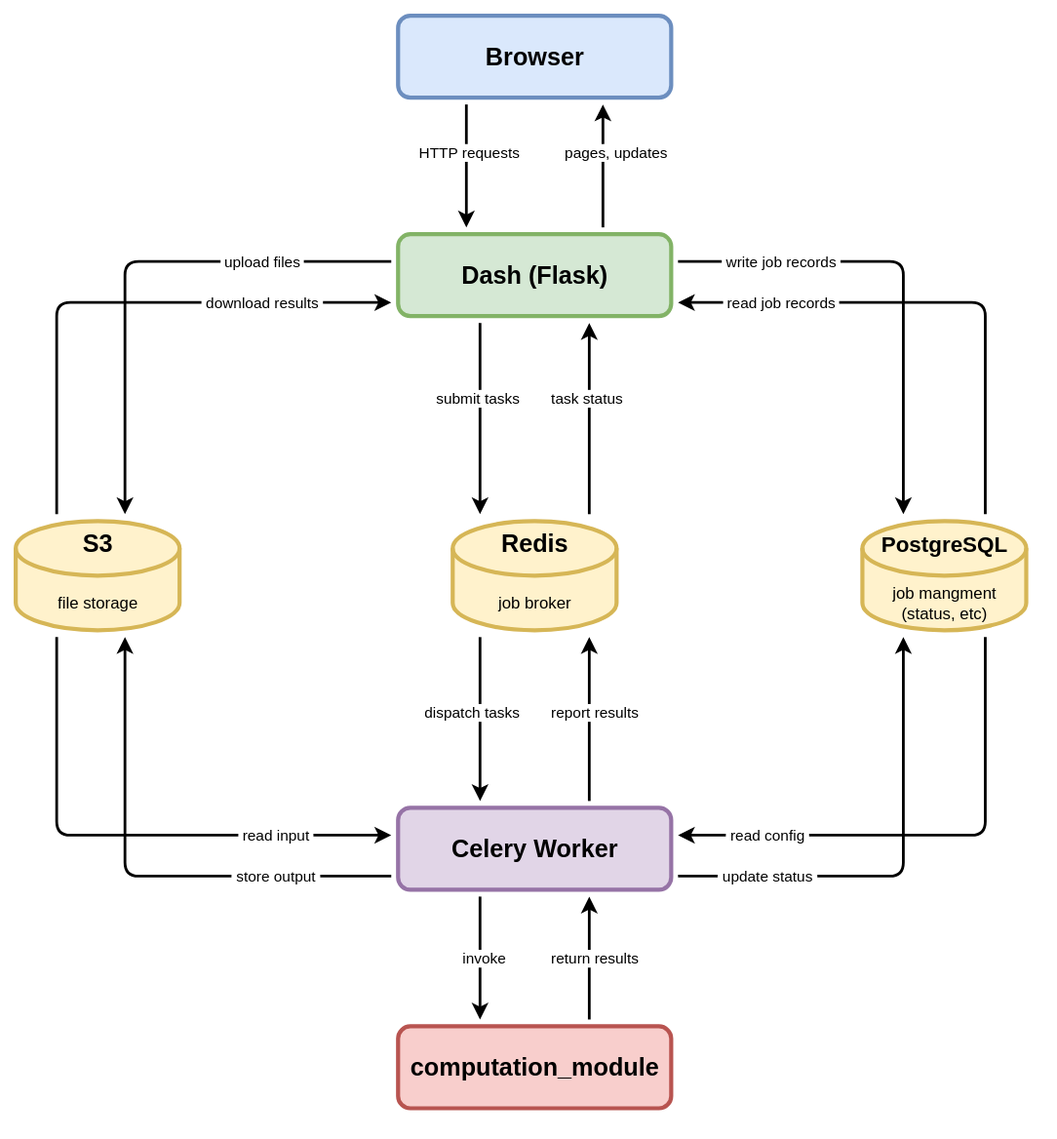
Before: docs/diagrams/architecture.svg, a diagram exported from draw.io (Helmholtz-UFZ/CosmoSuite). Source tidied: cells renumbered, new cells last; positions are measured from the earlier drawing's top-left corner, leaving out a move shared by most shapes.
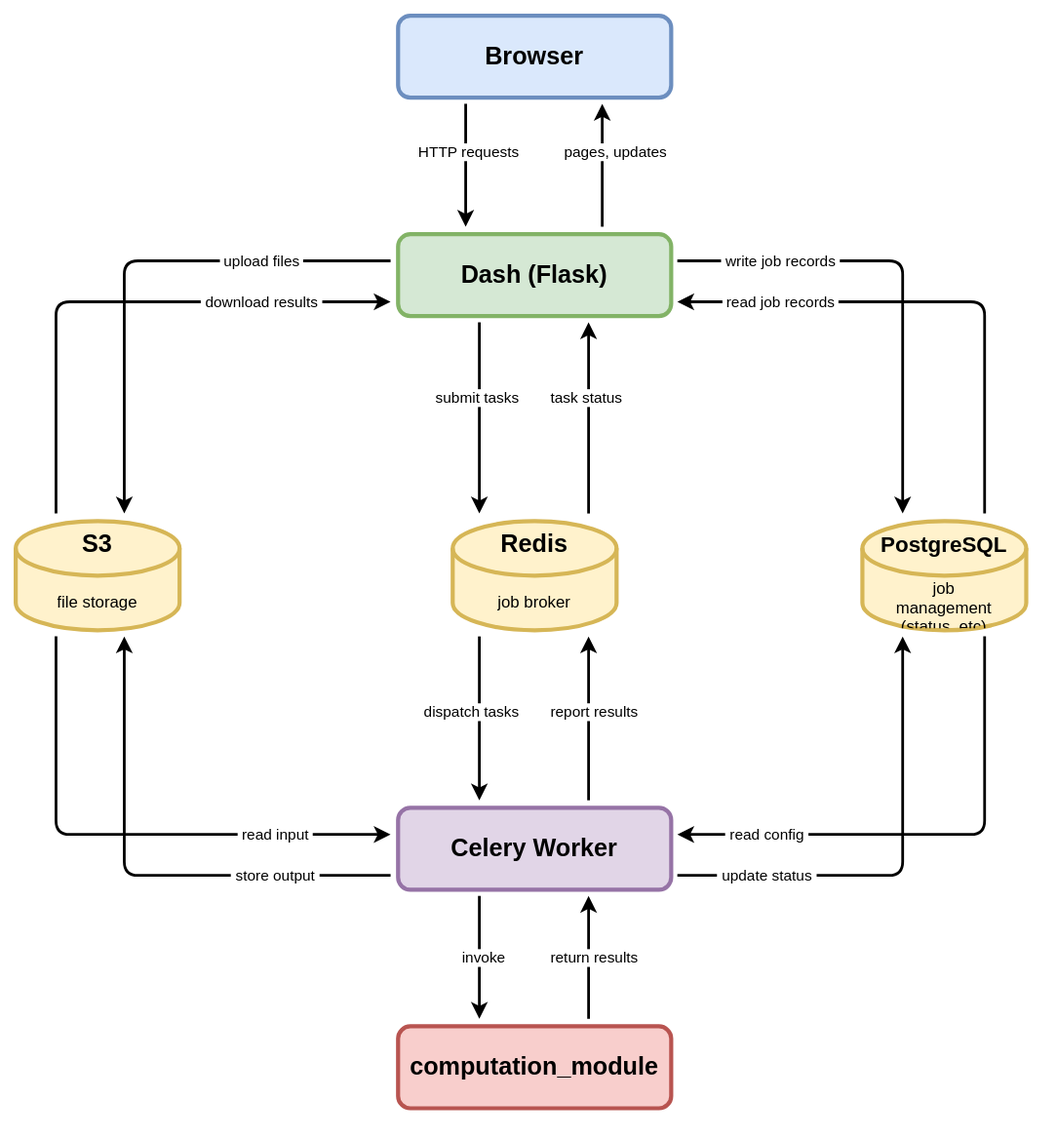
The same diagram one commit later.

Commit message:
Regenerate architecture diagram, mark port plan done

What changed in the source:
```diff
@@ -153,7 +153,7 @@
         <mxGeometry x="340" y="420" width="80" height="20" as="geometry" />
       </mxCell>
     </object>
-    <object id="27" label="job mangment&lt;div&gt;(status, etc)&lt;/div&gt;" name="Variable" placeholders="1">
+    <object id="27" label="job management&lt;div&gt;(status, etc)&lt;/div&gt;" name="Variable" placeholders="1">
       <mxCell style="text;html=1;strokeColor=none;fillColor=none;align=center;verticalAlign=middle;whiteSpace=wrap;overflow=hidden;" parent="1" vertex="1">
         <mxGeometry x="640" y="410" width="80" height="40" as="geometry" />
       </mxCell>
```
